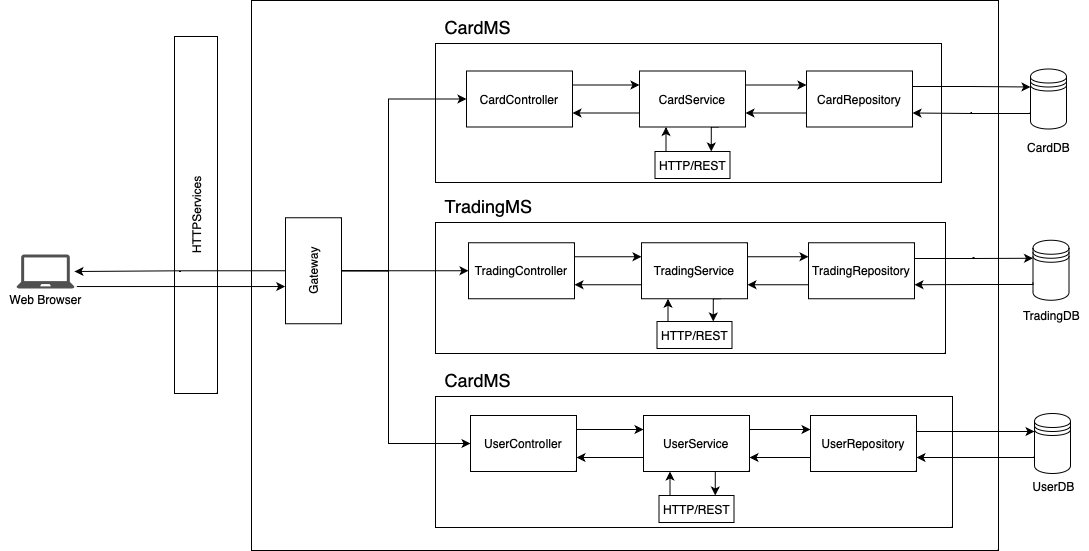
This is Archi.drawio.png from MaaatGrv/asi3_gr6, a draw.io export, as it was before one commit. Source tidied: cells renumbered, new cells last; positions are measured from the earlier drawing's top-left corner, leaving out a move shared by most shapes. Source of this version:
```xml
<mxGraphModel>
  <root>
    <mxCell id="0" />
    <mxCell id="1" parent="0" />
    <mxCell id="2" style="rounded=0;whiteSpace=wrap;html=1;" parent="1" vertex="1">
      <mxGeometry x="251" width="747" height="550" as="geometry" />
    </mxCell>
    <mxCell id="3" style="rounded=0;whiteSpace=wrap;html=1;" parent="1" vertex="1">
      <mxGeometry x="435" y="43" width="506" height="139" as="geometry" />
    </mxCell>
    <mxCell id="4" value="HTTPServices" style="rounded=0;whiteSpace=wrap;html=1;rotation=-90;" parent="1" vertex="1">
      <mxGeometry x="17" y="193" width="357" height="43" as="geometry" />
    </mxCell>
    <mxCell id="5" style="edgeStyle=orthogonalEdgeStyle;rounded=0;jettySize=auto;html=1;exitX=1;exitY=0.25;exitDx=0;exitDy=0;entryX=0;entryY=0.25;entryDx=0;entryDy=0;" parent="1" edge="1" source="6" target="10">
      <mxGeometry relative="1" as="geometry" />
    </mxCell>
    <mxCell id="6" value="CardController" style="rounded=0;whiteSpace=wrap;html=1;" parent="1" vertex="1">
      <mxGeometry x="466" y="70.5" width="106" height="56" as="geometry" />
    </mxCell>
    <mxCell id="7" style="edgeStyle=orthogonalEdgeStyle;rounded=0;jettySize=auto;html=1;exitX=1;exitY=0.25;exitDx=0;exitDy=0;entryX=0;entryY=0.25;entryDx=0;entryDy=0;" parent="1" edge="1" source="10" target="13">
      <mxGeometry relative="1" as="geometry" />
    </mxCell>
    <mxCell id="8" style="edgeStyle=orthogonalEdgeStyle;rounded=0;jettySize=auto;html=1;exitX=0;exitY=0.75;exitDx=0;exitDy=0;entryX=1;entryY=0.75;entryDx=0;entryDy=0;" parent="1" edge="1" source="10" target="6">
      <mxGeometry relative="1" as="geometry" />
    </mxCell>
    <mxCell id="9" style="edgeStyle=orthogonalEdgeStyle;rounded=0;jettySize=auto;html=1;exitX=0.75;exitY=1;exitDx=0;exitDy=0;entryX=0.75;entryY=0;entryDx=0;entryDy=0;" parent="1" edge="1" source="10" target="57">
      <mxGeometry relative="1" as="geometry" />
    </mxCell>
    <mxCell id="10" value="CardService" style="rounded=0;whiteSpace=wrap;html=1;" parent="1" vertex="1">
      <mxGeometry x="639" y="70.5" width="106" height="56" as="geometry" />
    </mxCell>
    <mxCell id="11" style="edgeStyle=orthogonalEdgeStyle;rounded=0;jettySize=auto;html=1;exitX=0;exitY=0.75;exitDx=0;exitDy=0;entryX=1;entryY=0.75;entryDx=0;entryDy=0;" parent="1" edge="1" source="13" target="10">
      <mxGeometry relative="1" as="geometry" />
    </mxCell>
    <mxCell id="12" style="edgeStyle=orthogonalEdgeStyle;rounded=0;jettySize=auto;html=1;exitX=1;exitY=0.25;exitDx=0;exitDy=0;entryX=0;entryY=0.3;entryDx=0;entryDy=0;" parent="1" edge="1" source="13" target="21">
      <mxGeometry relative="1" as="geometry">
        <Array as="points">
          <mxPoint x="912" y="86" />
          <mxPoint x="971" y="86" />
        </Array>
      </mxGeometry>
    </mxCell>
    <mxCell id="13" value="CardRepository" style="rounded=0;whiteSpace=wrap;html=1;" parent="1" vertex="1">
      <mxGeometry x="806" y="70.5" width="106" height="56" as="geometry" />
    </mxCell>
    <mxCell id="14" style="edgeStyle=orthogonalEdgeStyle;rounded=0;jettySize=auto;html=1;exitX=0.5;exitY=0;exitDx=0;exitDy=0;" parent="1" edge="1" source="16" target="18">
      <mxGeometry relative="1" as="geometry" />
    </mxCell>
    <mxCell id="15" style="edgeStyle=orthogonalEdgeStyle;rounded=0;jettySize=auto;html=1;exitX=0.5;exitY=1;exitDx=0;exitDy=0;entryX=0;entryY=0.5;entryDx=0;entryDy=0;" parent="1" edge="1" source="16" target="6">
      <mxGeometry relative="1" as="geometry">
        <Array as="points">
          <mxPoint x="388" y="270" />
          <mxPoint x="388" y="99" />
        </Array>
      </mxGeometry>
    </mxCell>
    <mxCell id="16" value="Gateway" style="rounded=0;whiteSpace=wrap;html=1;rotation=-90;" parent="1" vertex="1">
      <mxGeometry x="260" y="242.2" width="106" height="56" as="geometry" />
    </mxCell>
    <mxCell id="17" style="group;" parent="1" vertex="1">
      <mxGeometry y="254" width="90" height="58" as="geometry" />
    </mxCell>
    <mxCell id="18" style="sketch=0;shadow=0;dashed=0;html=1;strokeColor=none;fillColor=#505050;labelPosition=center;verticalLabelPosition=bottom;verticalAlign=top;outlineConnect=0;align=center;shape=mxgraph.office.devices.laptop;" parent="17" vertex="1">
      <mxGeometry x="16" width="58" height="34" as="geometry" />
    </mxCell>
    <mxCell id="19" value="Web Browser" style="text;html=1;align=center;verticalAlign=middle;points=[];strokeColor=none;fillColor=none;" parent="17" vertex="1">
      <mxGeometry y="32" width="90" height="26" as="geometry" />
    </mxCell>
    <mxCell id="20" style="group;" parent="1" vertex="1">
      <mxGeometry x="1017.5" y="68.5" width="61" height="91.5" as="geometry" />
    </mxCell>
    <mxCell id="21" style="shape=datastore;whiteSpace=wrap;html=1;" parent="20" vertex="1">
      <mxGeometry x="12.5" width="36" height="60" as="geometry" />
    </mxCell>
    <mxCell id="22" value="CardDB" style="text;html=1;align=center;verticalAlign=middle;strokeColor=none;fillColor=none;" parent="20" vertex="1">
      <mxGeometry y="65.5" width="61" height="26" as="geometry" />
    </mxCell>
    <mxCell id="23" value="&lt;font style=&quot;font-size: 18px;&quot;&gt;CardMS&lt;/font&gt;" style="text;html=1;align=center;verticalAlign=middle;strokeColor=none;fillColor=none;" parent="1" vertex="1">
      <mxGeometry x="435" y="10" width="84" height="33" as="geometry" />
    </mxCell>
    <mxCell id="24" style="rounded=0;whiteSpace=wrap;html=1;" parent="1" vertex="1">
      <mxGeometry x="435" y="222" width="510" height="131" as="geometry" />
    </mxCell>
    <mxCell id="25" value="&lt;font style=&quot;font-size: 18px;&quot;&gt;TradingMS&lt;/font&gt;" style="text;html=1;align=center;verticalAlign=middle;strokeColor=none;fillColor=none;" parent="1" vertex="1">
      <mxGeometry x="435" y="189" width="105" height="33" as="geometry" />
    </mxCell>
    <mxCell id="26" style="edgeStyle=orthogonalEdgeStyle;rounded=0;jettySize=auto;html=1;exitX=1;exitY=0.25;exitDx=0;exitDy=0;entryX=0;entryY=0.25;entryDx=0;entryDy=0;" parent="1" edge="1" source="27" target="31">
      <mxGeometry relative="1" as="geometry" />
    </mxCell>
    <mxCell id="27" value="TradingController" style="rounded=0;whiteSpace=wrap;html=1;" parent="1" vertex="1">
      <mxGeometry x="468" y="242.2" width="106" height="56" as="geometry" />
    </mxCell>
    <mxCell id="28" style="edgeStyle=orthogonalEdgeStyle;rounded=0;jettySize=auto;html=1;exitX=0;exitY=0.75;exitDx=0;exitDy=0;entryX=1;entryY=0.75;entryDx=0;entryDy=0;" parent="1" edge="1" source="31" target="27">
      <mxGeometry relative="1" as="geometry" />
    </mxCell>
    <mxCell id="29" style="edgeStyle=orthogonalEdgeStyle;rounded=0;jettySize=auto;html=1;exitX=1;exitY=0.25;exitDx=0;exitDy=0;entryX=0;entryY=0.25;entryDx=0;entryDy=0;" parent="1" edge="1" source="31" target="34">
      <mxGeometry relative="1" as="geometry" />
    </mxCell>
    <mxCell id="30" style="edgeStyle=orthogonalEdgeStyle;rounded=0;jettySize=auto;html=1;exitX=0.75;exitY=1;exitDx=0;exitDy=0;entryX=0.75;entryY=0;entryDx=0;entryDy=0;" parent="1" edge="1" source="31" target="59">
      <mxGeometry relative="1" as="geometry" />
    </mxCell>
    <mxCell id="31" value="TradingService" style="rounded=0;whiteSpace=wrap;html=1;" parent="1" vertex="1">
      <mxGeometry x="641" y="242.2" width="106" height="56" as="geometry" />
    </mxCell>
    <mxCell id="32" style="edgeStyle=orthogonalEdgeStyle;rounded=0;jettySize=auto;html=1;exitX=0;exitY=0.75;exitDx=0;exitDy=0;entryX=1;entryY=0.75;entryDx=0;entryDy=0;" parent="1" edge="1" source="34" target="31">
      <mxGeometry relative="1" as="geometry" />
    </mxCell>
    <mxCell id="33" style="edgeStyle=orthogonalEdgeStyle;rounded=0;jettySize=auto;html=1;exitX=1;exitY=0.25;exitDx=0;exitDy=0;entryX=0;entryY=0.3;entryDx=0;entryDy=0;" parent="1" edge="1" source="34" target="36">
      <mxGeometry relative="1" as="geometry">
        <Array as="points">
          <mxPoint x="914" y="258" />
          <mxPoint x="973" y="258" />
        </Array>
      </mxGeometry>
    </mxCell>
    <mxCell id="34" value="TradingRepository" style="rounded=0;whiteSpace=wrap;html=1;" parent="1" vertex="1">
      <mxGeometry x="808" y="242.2" width="106" height="56" as="geometry" />
    </mxCell>
    <mxCell id="35" style="group;" parent="1" vertex="1">
      <mxGeometry x="1013" y="239.8" width="75" height="88.5" as="geometry" />
    </mxCell>
    <mxCell id="36" style="shape=datastore;whiteSpace=wrap;html=1;" parent="35" vertex="1">
      <mxGeometry x="19.5" width="36" height="60" as="geometry" />
    </mxCell>
    <mxCell id="37" value="TradingDB" style="text;html=1;align=center;verticalAlign=middle;strokeColor=none;fillColor=none;" parent="35" vertex="1">
      <mxGeometry y="62.5" width="75" height="26" as="geometry" />
    </mxCell>
    <mxCell id="38" style="rounded=0;whiteSpace=wrap;html=1;" parent="1" vertex="1">
      <mxGeometry x="435" y="396" width="517" height="131" as="geometry" />
    </mxCell>
    <mxCell id="39" value="&lt;font style=&quot;font-size: 18px;&quot;&gt;CardMS&lt;/font&gt;" style="text;html=1;align=center;verticalAlign=middle;strokeColor=none;fillColor=none;" parent="1" vertex="1">
      <mxGeometry x="435" y="363" width="84" height="33" as="geometry" />
    </mxCell>
    <mxCell id="40" style="edgeStyle=orthogonalEdgeStyle;rounded=0;jettySize=auto;html=1;exitX=1;exitY=0.25;exitDx=0;exitDy=0;entryX=0;entryY=0.25;entryDx=0;entryDy=0;" parent="1" edge="1" source="41" target="45">
      <mxGeometry relative="1" as="geometry" />
    </mxCell>
    <mxCell id="41" value="UserController" style="rounded=0;whiteSpace=wrap;html=1;" parent="1" vertex="1">
      <mxGeometry x="470" y="415" width="106" height="56" as="geometry" />
    </mxCell>
    <mxCell id="42" style="edgeStyle=orthogonalEdgeStyle;rounded=0;jettySize=auto;html=1;exitX=0;exitY=0.75;exitDx=0;exitDy=0;entryX=1;entryY=0.75;entryDx=0;entryDy=0;" parent="1" edge="1" source="45" target="41">
      <mxGeometry relative="1" as="geometry" />
    </mxCell>
    <mxCell id="43" style="edgeStyle=orthogonalEdgeStyle;rounded=0;jettySize=auto;html=1;exitX=1;exitY=0.25;exitDx=0;exitDy=0;entryX=0;entryY=0.25;entryDx=0;entryDy=0;" parent="1" edge="1" source="45" target="48">
      <mxGeometry relative="1" as="geometry" />
    </mxCell>
    <mxCell id="44" style="edgeStyle=orthogonalEdgeStyle;rounded=0;jettySize=auto;html=1;exitX=0.75;exitY=1;exitDx=0;exitDy=0;entryX=0.75;entryY=0;entryDx=0;entryDy=0;" parent="1" edge="1" source="45" target="61">
      <mxGeometry relative="1" as="geometry" />
    </mxCell>
    <mxCell id="45" value="UserService" style="rounded=0;whiteSpace=wrap;html=1;" parent="1" vertex="1">
      <mxGeometry x="643" y="415" width="106" height="56" as="geometry" />
    </mxCell>
    <mxCell id="46" style="edgeStyle=orthogonalEdgeStyle;rounded=0;jettySize=auto;html=1;exitX=0;exitY=0.75;exitDx=0;exitDy=0;entryX=1;entryY=0.75;entryDx=0;entryDy=0;" parent="1" edge="1" source="48" target="45">
      <mxGeometry relative="1" as="geometry" />
    </mxCell>
    <mxCell id="47" style="edgeStyle=orthogonalEdgeStyle;rounded=0;jettySize=auto;html=1;exitX=1;exitY=0.25;exitDx=0;exitDy=0;entryX=0;entryY=0.3;entryDx=0;entryDy=0;" parent="1" edge="1" source="48" target="50">
      <mxGeometry relative="1" as="geometry">
        <Array as="points">
          <mxPoint x="916" y="431" />
        </Array>
      </mxGeometry>
    </mxCell>
    <mxCell id="48" value="UserRepository" style="rounded=0;whiteSpace=wrap;html=1;" parent="1" vertex="1">
      <mxGeometry x="810" y="415" width="106" height="56" as="geometry" />
    </mxCell>
    <mxCell id="49" style="group;" parent="1" vertex="1">
      <mxGeometry x="1022.5" y="413" width="60" height="86" as="geometry" />
    </mxCell>
    <mxCell id="50" style="shape=datastore;whiteSpace=wrap;html=1;" parent="49" vertex="1">
      <mxGeometry x="11.5" width="36" height="60" as="geometry" />
    </mxCell>
    <mxCell id="51" value="UserDB" style="text;html=1;align=center;verticalAlign=middle;strokeColor=none;fillColor=none;" parent="49" vertex="1">
      <mxGeometry y="60" width="60" height="26" as="geometry" />
    </mxCell>
    <mxCell id="52" style="edgeStyle=orthogonalEdgeStyle;rounded=0;jettySize=auto;html=1;exitX=0;exitY=0.7;exitDx=0;exitDy=0;entryX=1;entryY=0.75;entryDx=0;entryDy=0;" parent="1" edge="1" source="21" target="13">
      <mxGeometry relative="1" as="geometry">
        <Array as="points">
          <mxPoint x="1030" y="113" />
          <mxPoint x="971" y="113" />
        </Array>
      </mxGeometry>
    </mxCell>
    <mxCell id="53" style="edgeStyle=orthogonalEdgeStyle;rounded=0;jettySize=auto;html=1;exitX=0;exitY=0.7;exitDx=0;exitDy=0;entryX=1;entryY=0.75;entryDx=0;entryDy=0;" parent="1" edge="1" source="36" target="34">
      <mxGeometry relative="1" as="geometry">
        <Array as="points">
          <mxPoint x="1033" y="284" />
          <mxPoint x="973" y="284" />
        </Array>
      </mxGeometry>
    </mxCell>
    <mxCell id="54" style="edgeStyle=orthogonalEdgeStyle;rounded=0;jettySize=auto;html=1;exitX=0;exitY=0.7;exitDx=0;exitDy=0;entryX=1;entryY=0.75;entryDx=0;entryDy=0;" parent="1" edge="1" source="50" target="48">
      <mxGeometry relative="1" as="geometry">
        <Array as="points">
          <mxPoint x="1034" y="457" />
        </Array>
      </mxGeometry>
    </mxCell>
    <mxCell id="55" style="endArrow=classic;html=1;rounded=0;entryX=0.351;entryY=-0.005;entryDx=0;entryDy=0;exitX=0.848;exitY=0.001;exitDx=0;exitDy=0;exitPerimeter=0;entryPerimeter=0;" parent="1" edge="1" source="19" target="16">
      <mxGeometry relative="1" as="geometry" />
    </mxCell>
    <mxCell id="56" style="edgeStyle=orthogonalEdgeStyle;rounded=0;jettySize=auto;html=1;exitX=0.25;exitY=0;exitDx=0;exitDy=0;entryX=0.25;entryY=1;entryDx=0;entryDy=0;" parent="1" edge="1" source="57" target="10">
      <mxGeometry relative="1" as="geometry" />
    </mxCell>
    <mxCell id="57" value="HTTP/REST" style="rounded=0;whiteSpace=wrap;html=1;" parent="1" vertex="1">
      <mxGeometry x="654.5" y="151" width="75" height="27" as="geometry" />
    </mxCell>
    <mxCell id="58" style="edgeStyle=orthogonalEdgeStyle;rounded=0;jettySize=auto;html=1;exitX=0.25;exitY=0;exitDx=0;exitDy=0;entryX=0.25;entryY=1;entryDx=0;entryDy=0;" parent="1" edge="1" source="59" target="31">
      <mxGeometry relative="1" as="geometry" />
    </mxCell>
    <mxCell id="59" value="HTTP/REST" style="rounded=0;whiteSpace=wrap;html=1;" parent="1" vertex="1">
      <mxGeometry x="656.5" y="321" width="75" height="27" as="geometry" />
    </mxCell>
    <mxCell id="60" style="edgeStyle=orthogonalEdgeStyle;rounded=0;jettySize=auto;html=1;exitX=0.25;exitY=0;exitDx=0;exitDy=0;entryX=0.25;entryY=1;entryDx=0;entryDy=0;" parent="1" edge="1" source="61" target="45">
      <mxGeometry relative="1" as="geometry" />
    </mxCell>
    <mxCell id="61" value="HTTP/REST" style="rounded=0;whiteSpace=wrap;html=1;" parent="1" vertex="1">
      <mxGeometry x="658.5" y="495" width="75" height="27" as="geometry" />
    </mxCell>
    <mxCell id="62" style="edgeStyle=orthogonalEdgeStyle;rounded=0;jettySize=auto;html=1;exitX=0.5;exitY=1;exitDx=0;exitDy=0;" parent="1" edge="1" source="16" target="27">
      <mxGeometry relative="1" as="geometry" />
    </mxCell>
    <mxCell id="63" style="edgeStyle=orthogonalEdgeStyle;rounded=0;jettySize=auto;html=1;exitX=0.5;exitY=1;exitDx=0;exitDy=0;entryX=0;entryY=0.5;entryDx=0;entryDy=0;" parent="1" edge="1" source="16" target="41">
      <mxGeometry relative="1" as="geometry">
        <Array as="points">
          <mxPoint x="388" y="270" />
          <mxPoint x="388" y="443" />
        </Array>
      </mxGeometry>
    </mxCell>
  </root>
</mxGraphModel>
```
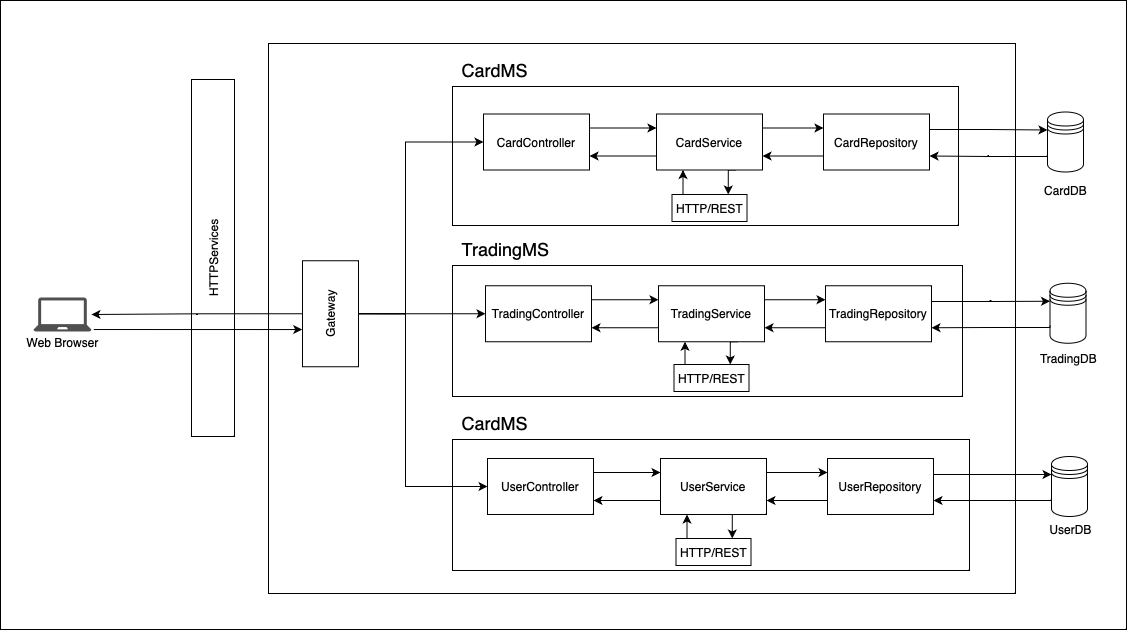
The same file after the commit.

Commit message:
Mettre à jour Archi.drawio.png

The edit, as a diff of the source:
```diff
@@ -2,6 +2,9 @@
   <root>
     <mxCell id="0" />
     <mxCell id="1" parent="0" />
+    <mxCell id="64" style="rounded=0;whiteSpace=wrap;html=1;" parent="1" vertex="1">
+      <mxGeometry x="-17" y="-43" width="1126" height="629" as="geometry" />
+    </mxCell>
     <mxCell id="2" style="rounded=0;whiteSpace=wrap;html=1;" parent="1" vertex="1">
       <mxGeometry x="251" width="747" height="550" as="geometry" />
     </mxCell>
```
